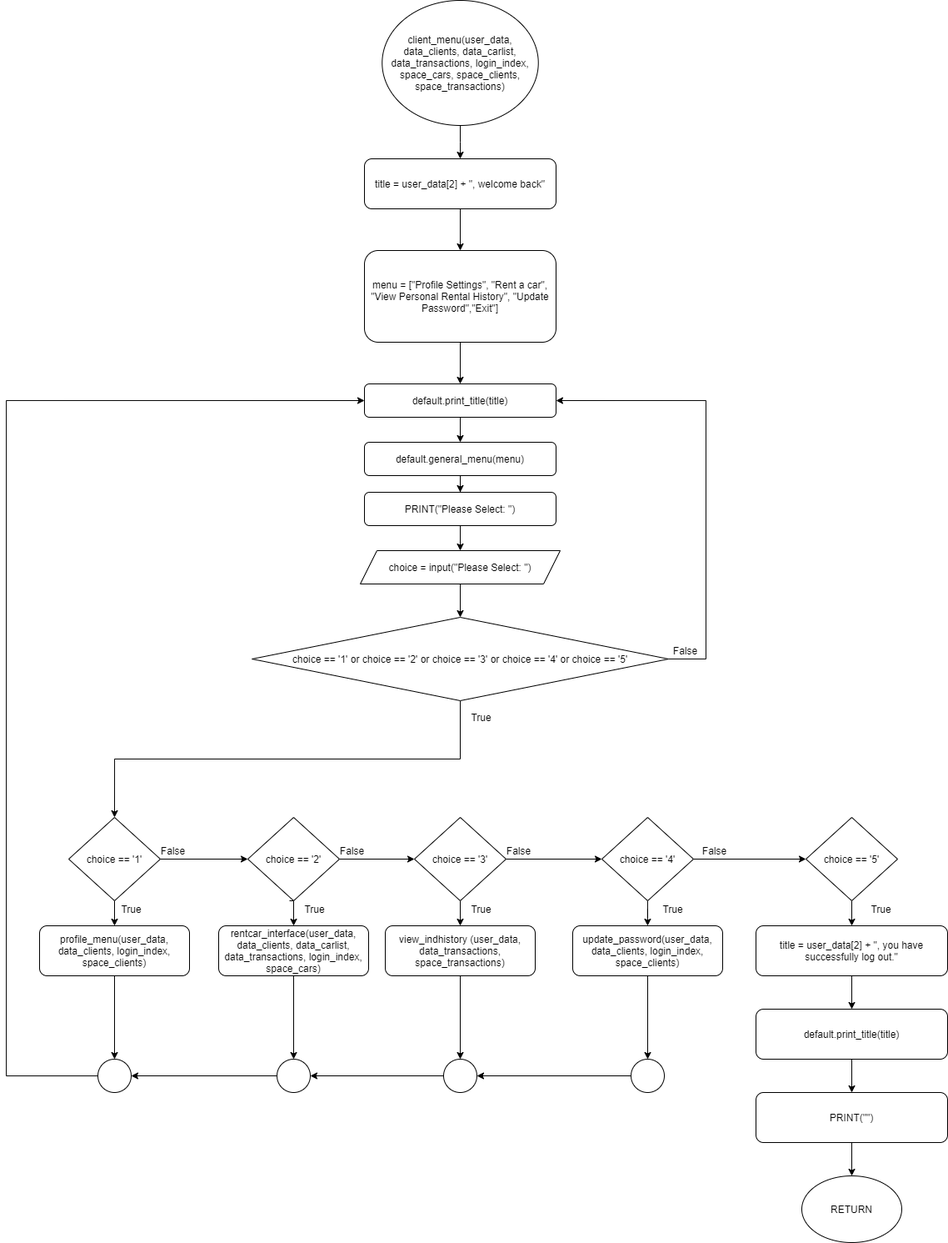
This is Flowchart/clients/client_menu.png from RabbitBear00/Car-Rental-System, a draw.io export, as it was before one commit. Source tidied: cells renumbered, new cells last; positions are measured from the earlier drawing's top-left corner, leaving out a move shared by most shapes.
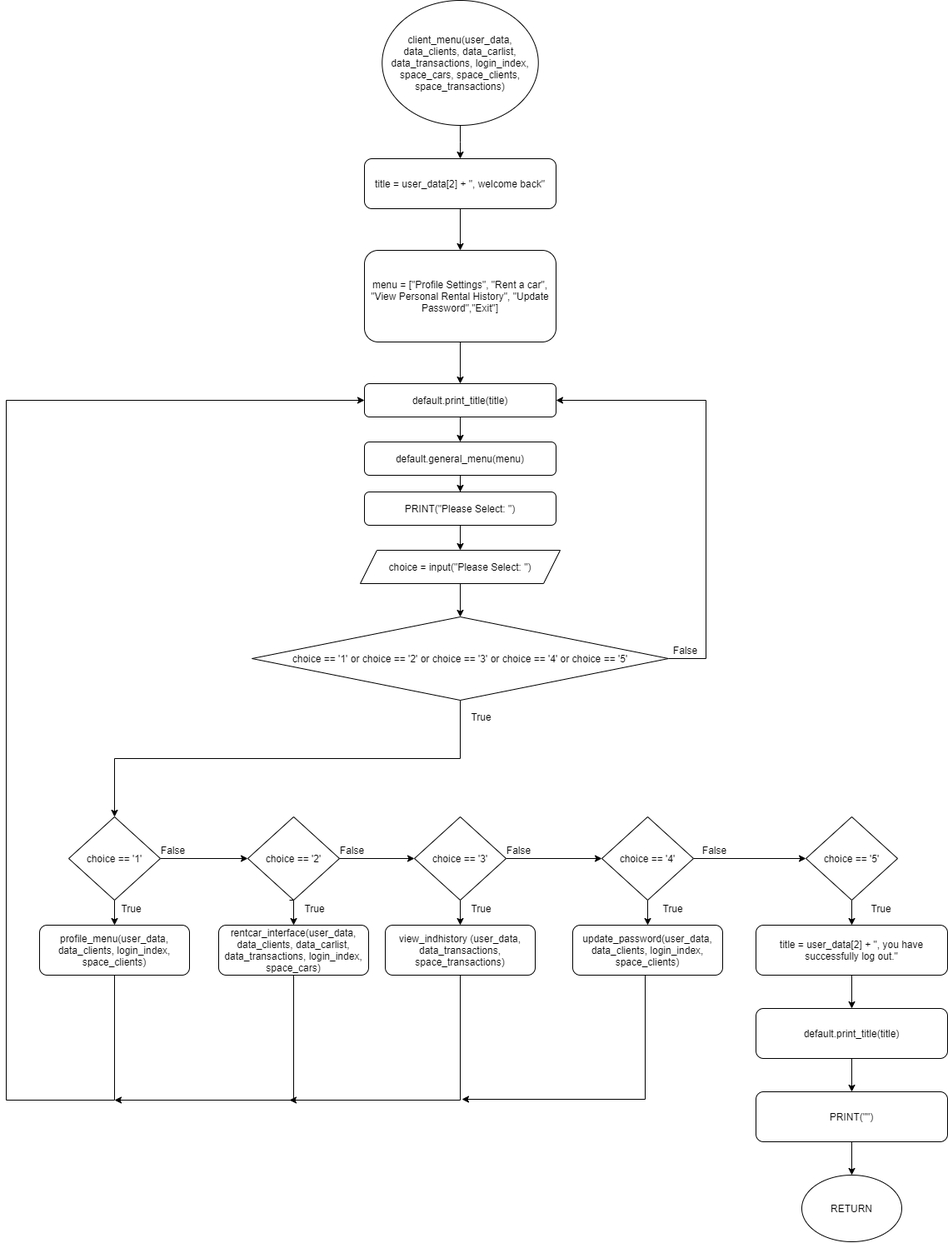
The same diagram one commit later.

The edit, as a diff of the source:
```diff
@@ -100,26 +100,48 @@
     <mxCell id="31" value="choice == '1' or choice == '2' or choice == '3' or choice == '4' or choice == '5'" style="rhombus;whiteSpace=wrap;html=1;" parent="1" vertex="1">
       <mxGeometry x="295" y="740" width="500" height="100" as="geometry" />
     </mxCell>
-    <mxCell id="32" style="edgeStyle=orthogonalEdgeStyle;rounded=0;jettySize=auto;html=1;entryX=0.5;entryY=0;entryDx=0;entryDy=0;startArrow=none;startFill=0;endArrow=classic;endFill=1;" parent="1" edge="1" source="33" target="45">
-      <mxGeometry relative="1" as="geometry" />
+    <mxCell id="32" style="edgeStyle=orthogonalEdgeStyle;rounded=0;jettySize=auto;html=1;entryX=0;entryY=0.5;entryDx=0;entryDy=0;startArrow=none;startFill=0;endArrow=classic;endFill=1;" parent="1" edge="1" source="33" target="41">
+      <mxGeometry relative="1" as="geometry">
+        <Array as="points">
+          <mxPoint x="130" y="1320" />
+          <mxPoint y="1320" />
+          <mxPoint y="480" />
+        </Array>
+      </mxGeometry>
     </mxCell>
     <mxCell id="33" value="profile_menu(user_data, data_clients, login_index, space_clients)" style="rounded=1;whiteSpace=wrap;html=1;" parent="1" vertex="1">
       <mxGeometry x="40" y="1110" width="180" height="60" as="geometry" />
     </mxCell>
-    <mxCell id="34" style="edgeStyle=orthogonalEdgeStyle;rounded=0;jettySize=auto;html=1;startArrow=none;startFill=0;endArrow=classic;endFill=1;" parent="1" edge="1" source="35" target="47">
-      <mxGeometry relative="1" as="geometry" />
+    <mxCell id="34" style="edgeStyle=orthogonalEdgeStyle;rounded=0;jettySize=auto;html=1;startArrow=none;startFill=0;endArrow=classic;endFill=1;" parent="1" edge="1" source="35">
+      <mxGeometry relative="1" as="geometry">
+        <mxPoint x="130" y="1320" as="targetPoint" />
+        <Array as="points">
+          <mxPoint x="345" y="1320" />
+        </Array>
+      </mxGeometry>
     </mxCell>
     <mxCell id="35" value="rentcar_interface(user_data, data_clients, data_carlist, data_transactions, login_index, space_cars)" style="rounded=1;whiteSpace=wrap;html=1;" parent="1" vertex="1">
       <mxGeometry x="255" y="1110" width="180" height="60" as="geometry" />
     </mxCell>
-    <mxCell id="36" style="edgeStyle=orthogonalEdgeStyle;rounded=0;jettySize=auto;html=1;startArrow=none;startFill=0;endArrow=classic;endFill=1;" parent="1" edge="1" source="37" target="49">
-      <mxGeometry relative="1" as="geometry" />
-    </mxCell>
+    <mxCell id="67" style="edgeStyle=orthogonalEdgeStyle;rounded=0;jettySize=auto;html=1;" parent="1" edge="1" source="37">
+      <mxGeometry relative="1" as="geometry">
+        <mxPoint x="340" y="1320" as="targetPoint" />
+        <Array as="points">
+          <mxPoint x="545" y="1320" />
+        </Array>
+      </mxGeometry>
+    </mxCell>
     <mxCell id="37" value="&lt;div&gt;&lt;span&gt;view_indhistory (user_data, data_transactions, space_transactions)&lt;/span&gt;&lt;/div&gt;" style="rounded=1;whiteSpace=wrap;html=1;align=center;" parent="1" vertex="1">
       <mxGeometry x="455" y="1110" width="180" height="60" as="geometry" />
     </mxCell>
-    <mxCell id="38" style="edgeStyle=orthogonalEdgeStyle;rounded=0;jettySize=auto;html=1;startArrow=none;startFill=0;endArrow=classic;endFill=1;" parent="1" edge="1" source="39" target="51">
-      <mxGeometry relative="1" as="geometry" />
+    <mxCell id="38" style="edgeStyle=orthogonalEdgeStyle;rounded=0;orthogonalLoop=1;jettySize=auto;html=1;startArrow=none;startFill=0;endArrow=classic;endFill=1;" parent="1" edge="1">
+      <mxGeometry relative="1" as="geometry">
+        <mxPoint x="767" y="1169" as="sourcePoint" />
+        <mxPoint x="547" y="1319" as="targetPoint" />
+        <Array as="points">
+          <mxPoint x="767" y="1319" />
+        </Array>
+      </mxGeometry>
     </mxCell>
     <mxCell id="39" value="update_password(user_data, data_clients, login_index, space_clients)" style="rounded=1;whiteSpace=wrap;html=1;" parent="1" vertex="1">
       <mxGeometry x="680" y="1110" width="180" height="60" as="geometry" />
@@ -136,35 +158,6 @@
     <mxCell id="43" value="default.general_menu(menu)" style="rounded=1;whiteSpace=wrap;html=1;" parent="1" vertex="1">
       <mxGeometry x="430" y="530" width="230" height="40" as="geometry" />
     </mxCell>
-    <mxCell id="44" style="edgeStyle=orthogonalEdgeStyle;rounded=0;jettySize=auto;html=1;entryX=0;entryY=0.5;entryDx=0;entryDy=0;startArrow=none;startFill=0;endArrow=classic;endFill=1;" parent="1" edge="1" source="45" target="41">
-      <mxGeometry relative="1" as="geometry">
-        <Array as="points">
-          <mxPoint y="1290" />
-          <mxPoint y="480" />
-        </Array>
-      </mxGeometry>
-    </mxCell>
-    <mxCell id="45" style="ellipse;whiteSpace=wrap;html=1;" parent="1" vertex="1">
-      <mxGeometry x="110" y="1270" width="40" height="40" as="geometry" />
-    </mxCell>
-    <mxCell id="46" style="edgeStyle=orthogonalEdgeStyle;rounded=0;jettySize=auto;html=1;startArrow=none;startFill=0;endArrow=classic;endFill=1;entryX=1;entryY=0.5;entryDx=0;entryDy=0;" parent="1" edge="1" source="47" target="45">
-      <mxGeometry relative="1" as="geometry" />
-    </mxCell>
-    <mxCell id="47" style="ellipse;whiteSpace=wrap;html=1;" parent="1" vertex="1">
-      <mxGeometry x="325" y="1270" width="40" height="40" as="geometry" />
-    </mxCell>
-    <mxCell id="48" style="edgeStyle=orthogonalEdgeStyle;rounded=0;jettySize=auto;html=1;entryX=1;entryY=0.5;entryDx=0;entryDy=0;startArrow=none;startFill=0;endArrow=classic;endFill=1;" parent="1" edge="1" source="49" target="47">
-      <mxGeometry relative="1" as="geometry" />
-    </mxCell>
-    <mxCell id="49" style="ellipse;whiteSpace=wrap;html=1;" parent="1" vertex="1">
-      <mxGeometry x="525" y="1270" width="40" height="40" as="geometry" />
-    </mxCell>
-    <mxCell id="50" style="edgeStyle=orthogonalEdgeStyle;rounded=0;jettySize=auto;html=1;entryX=1;entryY=0.5;entryDx=0;entryDy=0;startArrow=none;startFill=0;endArrow=classic;endFill=1;" parent="1" edge="1" source="51" target="49">
-      <mxGeometry relative="1" as="geometry" />
-    </mxCell>
-    <mxCell id="51" style="ellipse;whiteSpace=wrap;html=1;" parent="1" vertex="1">
-      <mxGeometry x="750" y="1270" width="40" height="40" as="geometry" />
-    </mxCell>
     <mxCell id="52" value="False" style="text;html=1;align=center;verticalAlign=middle;strokeColor=none;" parent="1" vertex="1">
       <mxGeometry x="795" y="770" width="40" height="20" as="geometry" />
     </mxCell>
```
